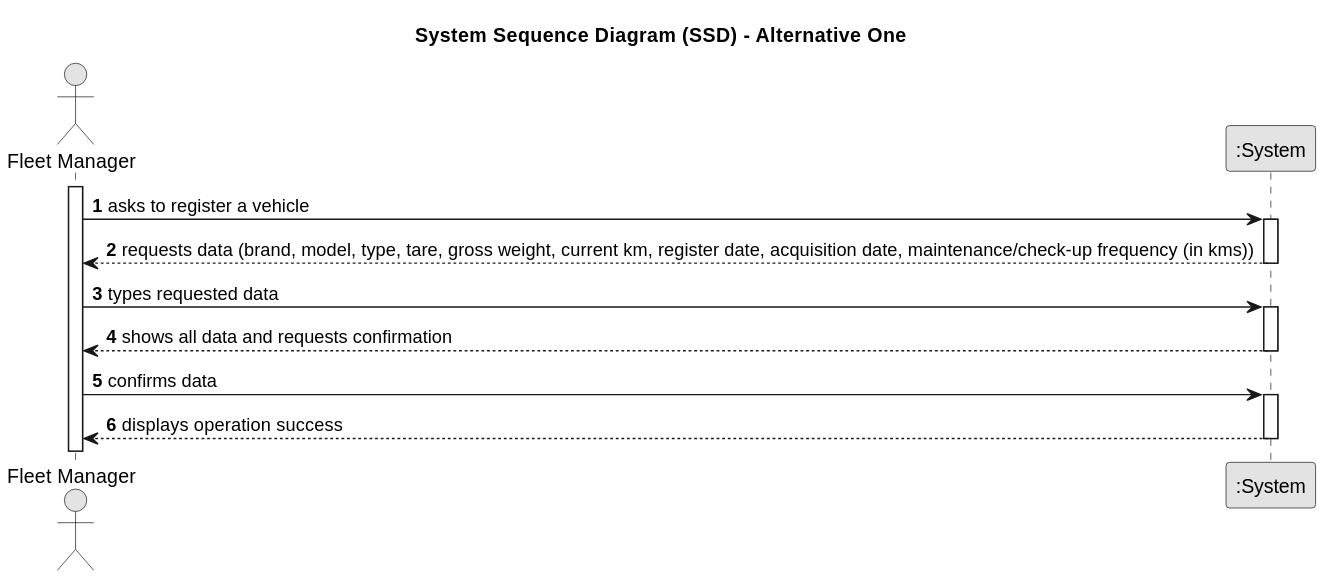
This is docs/sprintA/us006/01.requirements-engineering/svg/us006-system-sequence-diagram-alternative-one-System_Sequence_Diagram__SSD____Alternative_One.svg from francisc-o-liveira/lei-24-s2-1dp-g163, a PlantUML export, as it was before one commit. The source it was exported from:
```plantuml
@startuml
skinparam monochrome true
skinparam packageStyle rectangle
skinparam shadowing false

title System Sequence Diagram (SSD) - Alternative One

autonumber

actor "Fleet Manager" as FM
participant ":System" as System

activate FM

    FM -> System : asks to register a vehicle
    activate System

        System --> FM : requests data (brand, model, type, tare, gross weight, current km, register date, acquisition date, maintenance/check-up frequency (in kms))
    deactivate System

    FM -> System : types requested data
    activate System

        System --> FM : shows all data and requests confirmation
    deactivate System

    FM -> System : confirms data
    activate System

        System --> FM : displays operation success
    deactivate System
@enduml
```
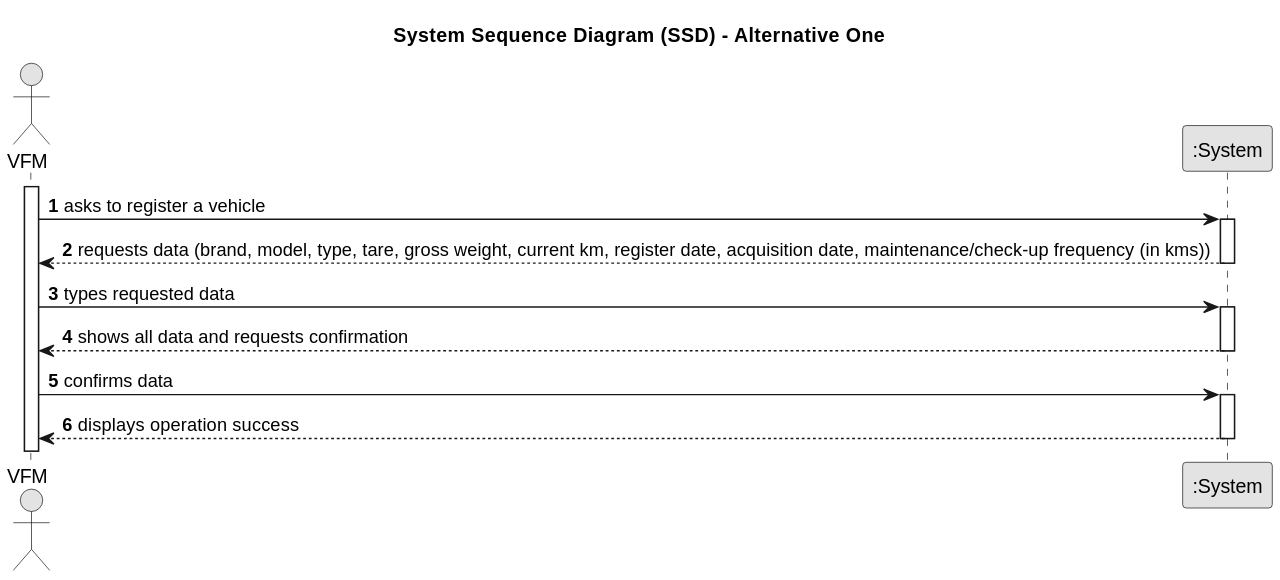
After the change.

Diff of the diagram source:
```diff
@@ -7,26 +7,26 @@
 
 autonumber
 
-actor "Fleet Manager" as FM
+actor "VFM" as VFM
 participant ":System" as System
 
-activate FM
+activate VFM
 
-    FM -> System : asks to register a vehicle
+    VFM -> System : asks to register a vehicle
     activate System
 
-        System --> FM : requests data (brand, model, type, tare, gross weight, current km, register date, acquisition date, maintenance/check-up frequency (in kms))
+        System --> VFM : requests data (brand, model, type, tare, gross weight, current km, register date, acquisition date, maintenance/check-up frequency (in kms))
     deactivate System
 
-    FM -> System : types requested data
+    VFM -> System : types requested data
     activate System
 
-        System --> FM : shows all data and requests confirmation
+        System --> VFM : shows all data and requests confirmation
     deactivate System
 
-    FM -> System : confirms data
+    VFM -> System : confirms data
     activate System
 
-        System --> FM : displays operation success
+        System --> VFM : displays operation success
     deactivate System
 @enduml
```
